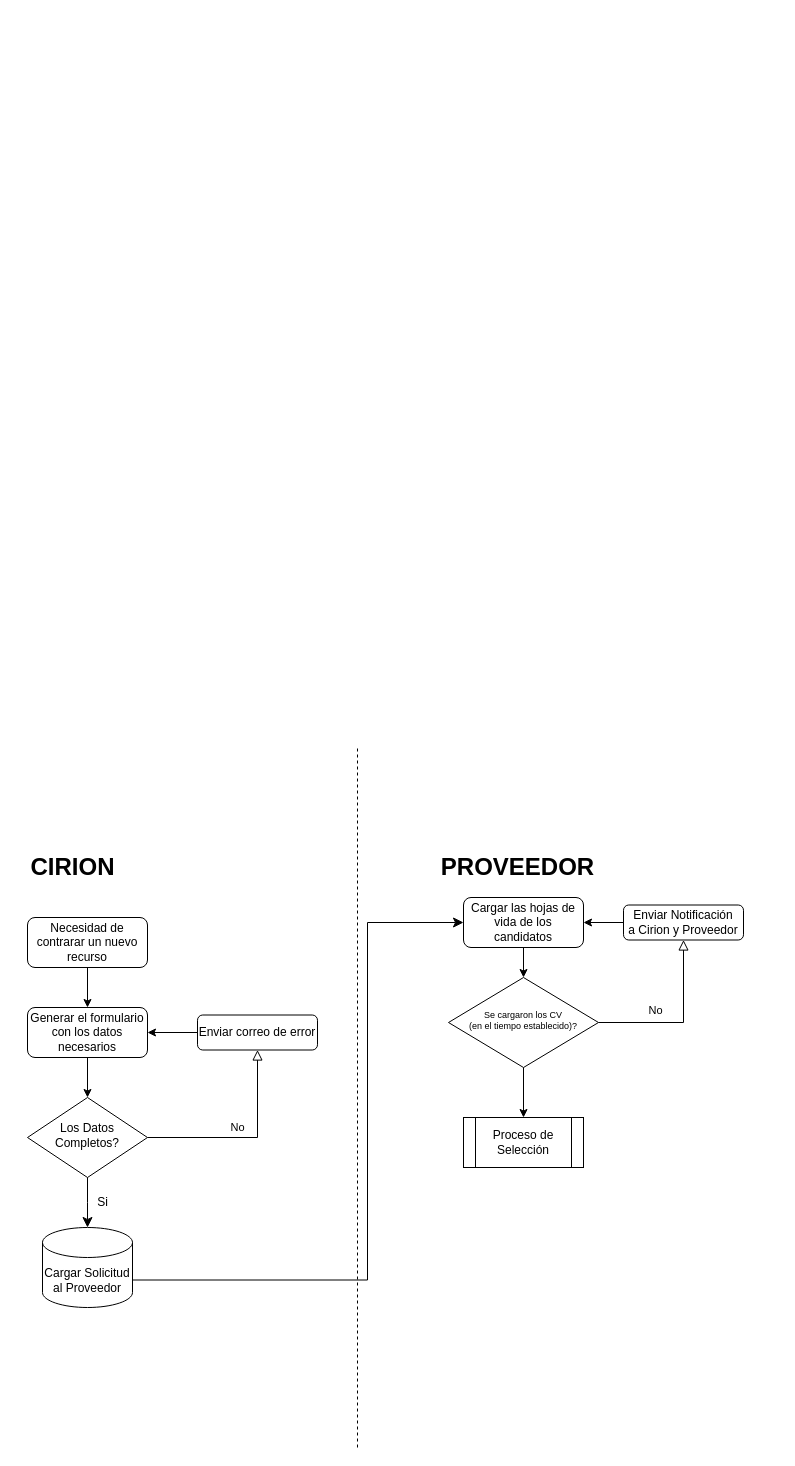
Earlier version of the draw.io diagram ProcesoContrataciones3ros.drawio (alexi86f/FlowChart). Source tidied: cells renumbered, new cells numbered last; positions are measured from the earlier drawing's top-left corner, leaving out a move shared by most shapes. Both pictures are drawn from the tidied source at 100%, with x=0, y=0 at pixel (17, 747).
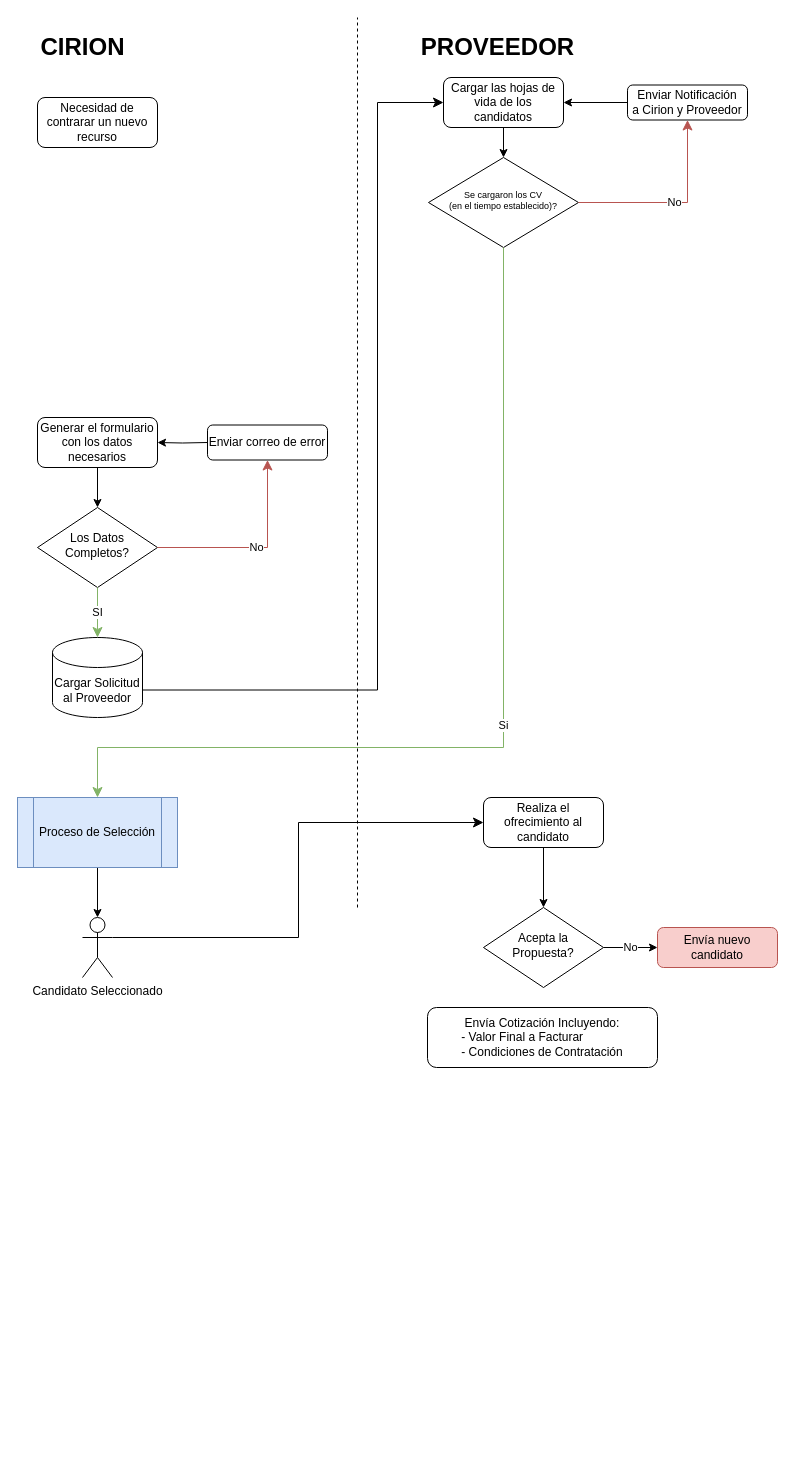
Above is the later version.

What changed in the source:
```diff
@@
-    <mxCell id="2" style="edgeStyle=orthogonalEdgeStyle;rounded=0;jettySize=auto;html=1;exitX=0.5;exitY=1;exitDx=0;exitDy=0;entryX=0.5;entryY=0;entryDx=0;entryDy=0;" parent="1" edge="1" source="3" target="7">
-      <mxGeometry relative="1" as="geometry" />
-    </mxCell>
     <mxCell id="3" value="Necesidad de contrarar un nuevo recurso" style="rounded=1;whiteSpace=wrap;html=1;fontSize=12;glass=0;strokeWidth=1;shadow=0;" parent="1" vertex="1">
-      <mxGeometry x="10" y="170" width="120" height="50" as="geometry" />
+      <mxGeometry x="20" y="-650" width="120" height="50" as="geometry" />
     </mxCell>
-    <mxCell id="4" value="No" style="edgeStyle=orthogonalEdgeStyle;rounded=0;html=1;jettySize=auto;fontSize=11;endArrow=block;endFill=0;endSize=8;strokeWidth=1;shadow=0;labelBackgroundColor=none;" parent="1" edge="1" source="5" target="9">
-      <mxGeometry x="-0.09" y="10" relative="1" as="geometry" />
-    </mxCell>
     <mxCell id="5" value="Los Datos Completos?" style="rhombus;whiteSpace=wrap;html=1;shadow=0;fontFamily=Helvetica;fontSize=12;align=center;strokeWidth=1;spacing=6;spacingTop=-4;" parent="1" vertex="1">
-      <mxGeometry x="10" y="350" width="120" height="80" as="geometry" />
+      <mxGeometry x="20" y="-240" width="120" height="80" as="geometry" />
     </mxCell>
@@
     <mxCell id="7" value="Generar el formulario con los datos necesarios" style="rounded=1;whiteSpace=wrap;html=1;fontSize=12;glass=0;strokeWidth=1;shadow=0;" parent="1" vertex="1">
-      <mxGeometry x="10" y="260" width="120" height="50" as="geometry" />
+      <mxGeometry x="20" y="-330" width="120" height="50" as="geometry" />
     </mxCell>
-    <mxCell id="8" style="edgeStyle=orthogonalEdgeStyle;rounded=0;jettySize=auto;html=1;exitX=0;exitY=0.5;exitDx=0;exitDy=0;entryX=1;entryY=0.5;entryDx=0;entryDy=0;" parent="1" edge="1" source="9" target="7">
-      <mxGeometry relative="1" as="geometry" />
+    <mxCell id="8" style="edgeStyle=orthogonalEdgeStyle;rounded=0;jettySize=auto;html=1;exitX=0;exitY=0.5;exitDx=0;exitDy=0;entryX=1;entryY=0.5;entryDx=0;entryDy=0;" parent="1" edge="1" target="7">
+      <mxGeometry relative="1" as="geometry">
+        <mxPoint x="190" y="-305" as="sourcePoint" />
+      </mxGeometry>
     </mxCell>
     <mxCell id="9" value="Enviar correo de error" style="rounded=1;whiteSpace=wrap;html=1;" parent="1" vertex="1">
-      <mxGeometry x="180" y="267.5" width="120" height="35" as="geometry" />
+      <mxGeometry x="190" y="-322.5" width="120" height="35" as="geometry" />
     </mxCell>
     <mxCell id="10" value="Cargar Solicitud al Proveedor" style="shape=cylinder3;whiteSpace=wrap;html=1;boundedLbl=1;backgroundOutline=1;size=15;" parent="1" vertex="1">
-      <mxGeometry x="25" y="480" width="90" height="80" as="geometry" />
+      <mxGeometry x="35" y="-110" width="90" height="80" as="geometry" />
     </mxCell>
-    <mxCell id="11" style="edgeStyle=elbowEdgeStyle;elbow=vertical;endArrow=classic;html=1;curved=0;rounded=0;endSize=8;startSize=8;exitX=0.5;exitY=1;exitDx=0;exitDy=0;entryX=0.5;entryY=0;entryDx=0;entryDy=0;entryPerimeter=0;" parent="1" edge="1" source="5" target="10">
+    <mxCell id="11" value="SI" style="edgeStyle=elbowEdgeStyle;elbow=vertical;endArrow=classic;html=1;curved=0;rounded=0;endSize=8;startSize=8;exitX=0.5;exitY=1;exitDx=0;exitDy=0;entryX=0.5;entryY=0;entryDx=0;entryDy=0;entryPerimeter=0;fillColor=#d5e8d4;strokeColor=#82b366;" parent="1" edge="1" source="5" target="10">
       <mxGeometry relative="1" as="geometry" />
     </mxCell>
-    <mxCell id="12" value="Si" style="text;html=1;align=center;verticalAlign=middle;strokeColor=none;fillColor=none;" parent="1" vertex="1">
-      <mxGeometry x="70" y="440" width="30" height="30" as="geometry" />
-    </mxCell>
     <mxCell id="13" value="&lt;b&gt;&lt;font style=&quot;font-size: 24px;&quot;&gt;CIRION&lt;/font&gt;&lt;/b&gt;" style="text;html=1;align=center;verticalAlign=middle;strokeColor=none;fillColor=none;" parent="1" vertex="1">
-      <mxGeometry y="100" width="110" height="40" as="geometry" />
+      <mxGeometry x="10" y="-720" width="110" height="40" as="geometry" />
     </mxCell>
     <mxCell id="14" value="&lt;b&gt;&lt;font style=&quot;font-size: 24px;&quot;&gt;PROVEEDOR&lt;/font&gt;&lt;/b&gt;" style="text;html=1;align=center;verticalAlign=middle;strokeColor=none;fillColor=none;" parent="1" vertex="1">
-      <mxGeometry x="410" y="100" width="180" height="40" as="geometry" />
+      <mxGeometry x="390" y="-720" width="180" height="40" as="geometry" />
     </mxCell>
     <mxCell id="15" style="edgeStyle=elbowEdgeStyle;elbow=horizontal;endArrow=classic;html=1;curved=0;rounded=0;endSize=8;startSize=8;fontSize=24;exitX=1;exitY=0;exitDx=0;exitDy=52.5;exitPerimeter=0;entryX=0;entryY=0.5;entryDx=0;entryDy=0;" parent="1" edge="1" source="10" target="16">
       <mxGeometry relative="1" as="geometry">
         <Array as="points">
-          <mxPoint x="350" y="350" />
+          <mxPoint x="360" y="-470" />
         </Array>
       </mxGeometry>
     </mxCell>
     <mxCell id="16" value="Cargar las hojas de vida de los candidatos" style="rounded=1;whiteSpace=wrap;html=1;fontSize=12;glass=0;strokeWidth=1;shadow=0;" parent="1" vertex="1">
-      <mxGeometry x="446" y="150" width="120" height="50" as="geometry" />
+      <mxGeometry x="426" y="-670" width="120" height="50" as="geometry" />
     </mxCell>
     <mxCell id="17" value="Se cargaron los CV &lt;br&gt;(en el tiempo establecido)?" style="rhombus;whiteSpace=wrap;html=1;shadow=0;fontFamily=Helvetica;fontSize=9;align=center;strokeWidth=1;spacing=6;spacingTop=-4;" parent="1" vertex="1">
-      <mxGeometry x="431" y="230" width="150" height="90" as="geometry" />
+      <mxGeometry x="411" y="-590" width="150" height="90" as="geometry" />
     </mxCell>
@@
     <mxCell id="19" value="Enviar Notificación&lt;br&gt;a Cirion y Proveedor" style="rounded=1;whiteSpace=wrap;html=1;" parent="1" vertex="1">
-      <mxGeometry x="606" y="157.5" width="120" height="35" as="geometry" />
+      <mxGeometry x="610" y="-662.5" width="120" height="35" as="geometry" />
     </mxCell>
+    <mxCell id="21" style="endArrow=classic;html=1;rounded=0;fontSize=9;exitX=0;exitY=0.5;exitDx=0;exitDy=0;entryX=1;entryY=0.5;entryDx=0;entryDy=0;" parent="1" edge="1" source="19" target="16">
+      <mxGeometry relative="1" as="geometry" />
+    </mxCell>
+    <mxCell id="25" style="edgeStyle=orthogonalEdgeStyle;rounded=0;jettySize=auto;html=1;exitX=0.5;exitY=1;exitDx=0;exitDy=0;" parent="1" edge="1" source="22" target="26">
+      <mxGeometry relative="1" as="geometry" />
+    </mxCell>
+    <mxCell id="22" value="Proceso de Selección" style="shape=process;whiteSpace=wrap;html=1;backgroundOutline=1;fontSize=12;fillColor=#dae8fc;strokeColor=#6c8ebf;" parent="1" vertex="1">
+      <mxGeometry y="50" width="160" height="70" as="geometry" />
+    </mxCell>
+    <mxCell id="24" style="endArrow=none;dashed=1;html=1;rounded=0;fontSize=12;" parent="1" edge="1">
+      <mxGeometry relative="1" as="geometry">
+        <mxPoint x="340" y="160" as="sourcePoint" />
+        <mxPoint x="340" y="-730" as="targetPoint" />
+      </mxGeometry>
+    </mxCell>
+    <mxCell id="12" value="Si" style="edgeStyle=elbowEdgeStyle;elbow=vertical;endArrow=classic;html=1;curved=0;rounded=0;endSize=8;startSize=8;exitX=0.5;exitY=1;exitDx=0;exitDy=0;entryX=0.5;entryY=0;entryDx=0;entryDy=0;fillColor=#d5e8d4;strokeColor=#82b366;" parent="1" edge="1" source="17" target="22">
+      <mxGeometry relative="1" as="geometry">
+        <Array as="points">
+          <mxPoint x="280" />
+        </Array>
+      </mxGeometry>
+    </mxCell>
+    <mxCell id="26" value="Candidato Seleccionado" style="shape=umlActor;verticalLabelPosition=bottom;verticalAlign=top;html=1;outlineConnect=0;" parent="1" vertex="1">
+      <mxGeometry x="65" y="170" width="30" height="60" as="geometry" />
+    </mxCell>
+    <mxCell id="27" style="edgeStyle=orthogonalEdgeStyle;rounded=0;jettySize=auto;html=1;entryX=0.5;entryY=0;entryDx=0;entryDy=0;" parent="1" edge="1" source="28" target="31">
+      <mxGeometry relative="1" as="geometry" />
+    </mxCell>
+    <mxCell id="28" value="Realiza el ofrecimiento al candidato" style="rounded=1;whiteSpace=wrap;html=1;fontSize=12;glass=0;strokeWidth=1;shadow=0;" parent="1" vertex="1">
+      <mxGeometry x="466" y="50" width="120" height="50" as="geometry" />
+    </mxCell>
+    <mxCell id="29" style="edgeStyle=elbowEdgeStyle;elbow=horizontal;endArrow=classic;html=1;curved=0;rounded=0;endSize=8;startSize=8;entryX=0;entryY=0.5;entryDx=0;entryDy=0;exitX=1;exitY=0.3333333333333333;exitDx=0;exitDy=0;exitPerimeter=0;" parent="1" edge="1" source="26" target="28">
+      <mxGeometry relative="1" as="geometry" />
+    </mxCell>
+    <mxCell id="30" value="No" style="edgeStyle=orthogonalEdgeStyle;rounded=0;jettySize=auto;html=1;exitX=1;exitY=0.5;exitDx=0;exitDy=0;entryX=0;entryY=0.5;entryDx=0;entryDy=0;" parent="1" edge="1" source="31" target="32">
+      <mxGeometry relative="1" as="geometry" />
+    </mxCell>
+    <mxCell id="31" value="Acepta la Propuesta?" style="rhombus;whiteSpace=wrap;html=1;shadow=0;fontFamily=Helvetica;fontSize=12;align=center;strokeWidth=1;spacing=6;spacingTop=-4;" parent="1" vertex="1">
+      <mxGeometry x="466" y="160" width="120" height="80" as="geometry" />
+    </mxCell>
+    <mxCell id="32" value="Envía nuevo candidato" style="rounded=1;whiteSpace=wrap;html=1;fillColor=#f8cecc;strokeColor=#b85450;" parent="1" vertex="1">
+      <mxGeometry x="640" y="180" width="120" height="40" as="geometry" />
+    </mxCell>
+    <mxCell id="33" value="No" style="edgeStyle=segmentEdgeStyle;endArrow=classic;html=1;curved=0;rounded=0;endSize=8;startSize=8;entryX=0.5;entryY=1;entryDx=0;entryDy=0;fillColor=#f8cecc;strokeColor=#b85450;" parent="1" edge="1">
+      <mxGeometry relative="1" as="geometry">
+        <mxPoint x="140" y="-200" as="sourcePoint" />
+        <mxPoint x="250" y="-287.5" as="targetPoint" />
+      </mxGeometry>
+    </mxCell>
-    <mxCell id="20" value="No" style="edgeStyle=orthogonalEdgeStyle;rounded=0;html=1;jettySize=auto;fontSize=11;endArrow=block;endFill=0;endSize=8;strokeWidth=1;shadow=0;labelBackgroundColor=none;exitX=1;exitY=0.5;exitDx=0;exitDy=0;entryX=0.5;entryY=1;entryDx=0;entryDy=0;" parent="1" edge="1" source="17" target="19">
-      <mxGeometry x="-0.32" y="13" relative="1" as="geometry">
-        <Array as="points">
-          <mxPoint x="666" y="275" />
-        </Array>
-        <mxPoint y="1" as="offset" />
-      </mxGeometry>
+    <mxCell id="20" value="No" style="edgeStyle=segmentEdgeStyle;endArrow=classic;html=1;curved=0;rounded=0;endSize=8;startSize=8;entryX=0.5;entryY=1;entryDx=0;entryDy=0;exitX=1;exitY=0.5;exitDx=0;exitDy=0;fillColor=#f8cecc;strokeColor=#b85450;" parent="1" edge="1" source="17" target="19">
+      <mxGeometry relative="1" as="geometry" />
     </mxCell>
-    <mxCell id="21" style="endArrow=classic;html=1;rounded=0;fontSize=9;exitX=0;exitY=0.5;exitDx=0;exitDy=0;entryX=1;entryY=0.5;entryDx=0;entryDy=0;" parent="1" edge="1" source="19" target="16">
-      <mxGeometry relative="1" as="geometry" />
-    </mxCell>
-    <mxCell id="22" value="Proceso de Selección" style="shape=process;whiteSpace=wrap;html=1;backgroundOutline=1;fontSize=12;" parent="1" vertex="1">
-      <mxGeometry x="446" y="370" width="120" height="50" as="geometry" />
-    </mxCell>
-    <mxCell id="23" style="endArrow=classic;html=1;rounded=0;fontSize=9;exitX=0.5;exitY=1;exitDx=0;exitDy=0;" parent="1" edge="1" source="17" target="22">
-      <mxGeometry relative="1" as="geometry" />
-    </mxCell>
-    <mxCell id="24" style="endArrow=none;dashed=1;html=1;rounded=0;fontSize=12;" parent="1" edge="1">
-      <mxGeometry relative="1" as="geometry">
-        <mxPoint x="340" y="700" as="sourcePoint" />
-        <mxPoint x="340" as="targetPoint" />
-      </mxGeometry>
-    </mxCell>
+    <mxCell id="34" value="Envía Cotización Incluyendo:&lt;br&gt;&lt;div style=&quot;text-align: left;&quot;&gt;&lt;span style=&quot;background-color: initial;&quot;&gt;- Valor Final a Facturar&lt;/span&gt;&lt;/div&gt;&lt;div style=&quot;text-align: left;&quot;&gt;&lt;span style=&quot;background-color: initial;&quot;&gt;- Condiciones de Contratación&lt;/span&gt;&lt;/div&gt;" style="rounded=1;whiteSpace=wrap;html=1;" parent="1" vertex="1">
+      <mxGeometry x="410" y="260" width="230" height="60" as="geometry" />
+    </mxCell>
```
